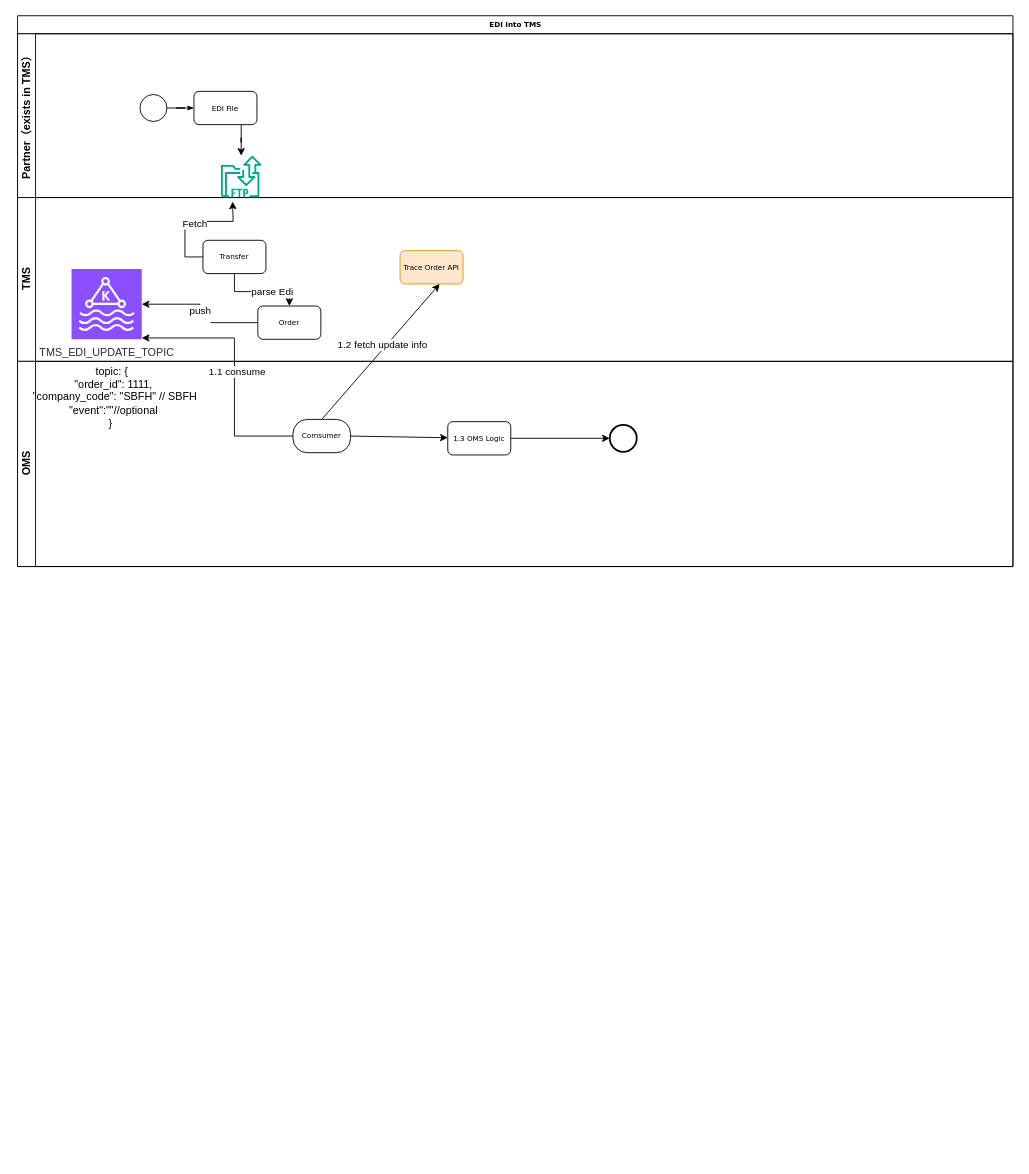
Earlier version of the draw.io diagram public-module/edi/Untitled Diagram.drawio (316189693/drawio). Source tidied: cells renumbered, new cells numbered last; positions are measured from the earlier drawing's top-left corner, leaving out a move shared by most shapes. Both pictures are drawn from the tidied source at 90%, with x=0, y=0 at pixel (15, 15).
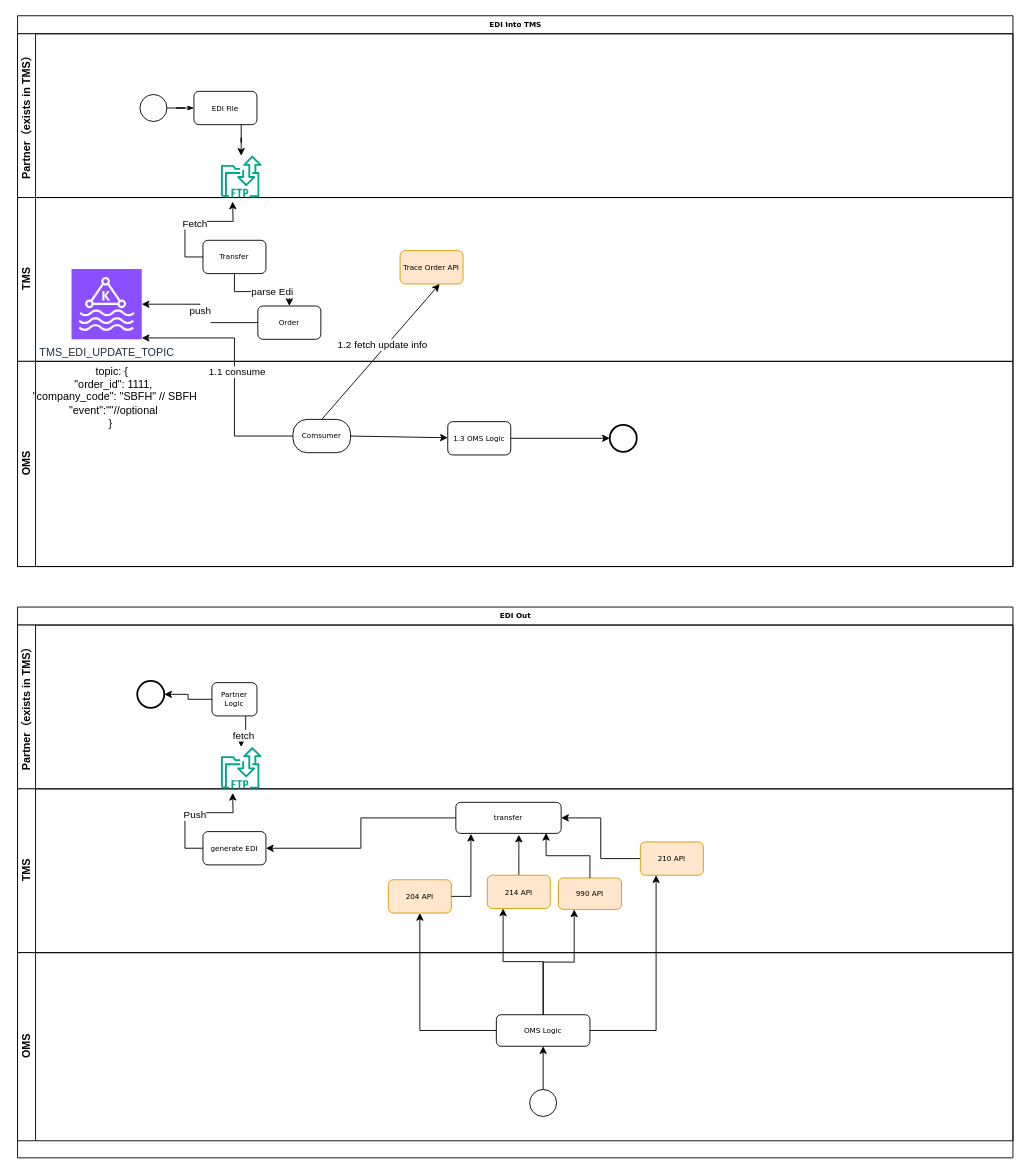
The same page after the edit.

What changed in the source:
```diff
@@
+    <mxCell id="32" value="EDI Out" style="swimlane;html=1;horizontal=1;startSize=20;rounded=0;shadow=0;labelBackgroundColor=none;strokeWidth=1;fontFamily=Verdana;fontSize=8;align=center;" parent="1" vertex="1">
+      <mxGeometry x="2" y="657" width="1106" height="612" as="geometry" />
+    </mxCell>
+    <mxCell id="33" value="Partner（exists in TMS）" style="swimlane;html=1;startSize=20;horizontal=0;" parent="32" vertex="1">
+      <mxGeometry y="20" width="1106" height="182" as="geometry" />
+    </mxCell>
+    <mxCell id="34" style="ellipse;whiteSpace=wrap;html=1;rounded=0;shadow=0;labelBackgroundColor=none;strokeWidth=2;fontFamily=Verdana;fontSize=8;align=center;" parent="33" vertex="1">
+      <mxGeometry x="133" y="62" width="30" height="30" as="geometry" />
+    </mxCell>
+    <mxCell id="35" value="TMS" style="swimlane;html=1;startSize=20;horizontal=0;" parent="32" vertex="1">
+      <mxGeometry y="202" width="1106" height="182" as="geometry" />
+    </mxCell>
+    <mxCell id="36" value="204 API" style="rounded=1;whiteSpace=wrap;html=1;shadow=0;labelBackgroundColor=none;strokeWidth=1;fontFamily=Verdana;fontSize=8;align=center;fillColor=#ffe6cc;strokeColor=#d79b00;" parent="35" vertex="1">
+      <mxGeometry x="412" y="101" width="70" height="37" as="geometry" />
+    </mxCell>
+    <mxCell id="37" style="edgeStyle=orthogonalEdgeStyle;rounded=0;jettySize=auto;html=1;" parent="35" edge="1" source="38">
+      <mxGeometry relative="1" as="geometry">
+        <mxPoint x="557" y="51" as="targetPoint" />
+      </mxGeometry>
+    </mxCell>
+    <mxCell id="38" value="214 API" style="rounded=1;whiteSpace=wrap;html=1;shadow=0;labelBackgroundColor=none;strokeWidth=1;fontFamily=Verdana;fontSize=8;align=center;fillColor=#ffe6cc;strokeColor=#d79b00;" parent="35" vertex="1">
+      <mxGeometry x="522" y="96" width="70" height="37" as="geometry" />
+    </mxCell>
+    <mxCell id="39" value="990 API" style="rounded=1;whiteSpace=wrap;html=1;shadow=0;labelBackgroundColor=none;strokeWidth=1;fontFamily=Verdana;fontSize=8;align=center;fillColor=#ffe6cc;strokeColor=#d79b00;" parent="35" vertex="1">
+      <mxGeometry x="601" y="99" width="70" height="35" as="geometry" />
+    </mxCell>
+    <mxCell id="40" style="edgeStyle=orthogonalEdgeStyle;rounded=0;jettySize=auto;html=1;entryX=1;entryY=0.5;entryDx=0;entryDy=0;" parent="35" edge="1" source="41" target="42">
+      <mxGeometry relative="1" as="geometry" />
+    </mxCell>
+    <mxCell id="41" value="210 API" style="rounded=1;whiteSpace=wrap;html=1;shadow=0;labelBackgroundColor=none;strokeWidth=1;fontFamily=Verdana;fontSize=8;align=center;fillColor=#ffe6cc;strokeColor=#d79b00;" parent="35" vertex="1">
+      <mxGeometry x="692" y="59" width="70" height="37" as="geometry" />
+    </mxCell>
+    <mxCell id="42" value="transfer" style="rounded=1;whiteSpace=wrap;html=1;shadow=0;labelBackgroundColor=none;strokeWidth=1;fontFamily=Verdana;fontSize=8;align=center;" parent="35" vertex="1">
+      <mxGeometry x="487" y="15" width="117" height="34.5" as="geometry" />
+    </mxCell>
+    <mxCell id="43" style="edgeStyle=orthogonalEdgeStyle;rounded=0;jettySize=auto;html=1;entryX=0.857;entryY=0.986;entryDx=0;entryDy=0;entryPerimeter=0;" parent="35" edge="1" source="39" target="42">
+      <mxGeometry relative="1" as="geometry" />
+    </mxCell>
+    <mxCell id="44" style="edgeStyle=orthogonalEdgeStyle;rounded=0;jettySize=auto;html=1;entryX=0.143;entryY=1.014;entryDx=0;entryDy=0;entryPerimeter=0;" parent="35" edge="1" source="36" target="42">
+      <mxGeometry relative="1" as="geometry" />
+    </mxCell>
+    <mxCell id="45" value="OMS" style="swimlane;html=1;startSize=20;horizontal=0;" parent="32" vertex="1">
+      <mxGeometry y="384" width="1106" height="209" as="geometry" />
+    </mxCell>
+    <mxCell id="46" style="edgeStyle=orthogonalEdgeStyle;rounded=0;jettySize=auto;html=1;exitX=0.75;exitY=1;exitDx=0;exitDy=0;" parent="45" edge="1" source="48" target="49">
+      <mxGeometry relative="1" as="geometry" />
+    </mxCell>
+    <mxCell id="47" value="fetch" style="edgeLabel;html=1;align=center;verticalAlign=middle;" parent="46" vertex="1">
+      <mxGeometry x="0.14" y="1" relative="1" as="geometry" />
+    </mxCell>
+    <mxCell id="48" value="Partner Logic" style="rounded=1;whiteSpace=wrap;html=1;shadow=0;labelBackgroundColor=none;strokeWidth=1;fontFamily=Verdana;fontSize=8;align=center;" parent="45" vertex="1">
+      <mxGeometry x="216" y="-300" width="50" height="37" as="geometry" />
+    </mxCell>
+    <mxCell id="49" style="sketch=0;outlineConnect=0;fontColor=#232F3E;gradientColor=none;fillColor=#01A88D;strokeColor=none;dashed=0;verticalLabelPosition=bottom;verticalAlign=top;align=center;html=1;fontSize=12;fontStyle=0;shape=mxgraph.aws4.transfer_for_ftp_resource;" parent="45" vertex="1">
+      <mxGeometry x="226" y="-228.5" width="45" height="46.2" as="geometry" />
+    </mxCell>
+    <mxCell id="50" style="edgeStyle=orthogonalEdgeStyle;rounded=0;jettySize=auto;html=1;exitX=0;exitY=0.5;exitDx=0;exitDy=0;" parent="45" edge="1" source="52">
+      <mxGeometry relative="1" as="geometry">
+        <mxPoint x="239" y="-177.5" as="targetPoint" />
+      </mxGeometry>
+    </mxCell>
+    <mxCell id="51" value="Push" style="edgeLabel;html=1;align=center;verticalAlign=middle;" parent="50" vertex="1">
+      <mxGeometry x="0.03" y="-2" relative="1" as="geometry" />
+    </mxCell>
+    <mxCell id="52" value="generate EDI" style="rounded=1;whiteSpace=wrap;html=1;shadow=0;labelBackgroundColor=none;strokeWidth=1;fontFamily=Verdana;fontSize=8;align=center;" parent="45" vertex="1">
+      <mxGeometry x="206" y="-134.5" width="70" height="37" as="geometry" />
+    </mxCell>
+    <mxCell id="53" value="OMS Logic" style="rounded=1;whiteSpace=wrap;html=1;shadow=0;labelBackgroundColor=none;strokeWidth=1;fontFamily=Verdana;fontSize=8;align=center;" parent="45" vertex="1">
+      <mxGeometry x="532" y="69" width="104" height="35" as="geometry" />
+    </mxCell>
+    <mxCell id="54" style="edgeStyle=orthogonalEdgeStyle;rounded=0;jettySize=auto;html=1;entryX=0.5;entryY=1;entryDx=0;entryDy=0;" parent="45" edge="1" source="55" target="53">
+      <mxGeometry relative="1" as="geometry" />
+    </mxCell>
+    <mxCell id="55" style="ellipse;whiteSpace=wrap;html=1;rounded=0;shadow=0;labelBackgroundColor=none;strokeWidth=1;fontFamily=Verdana;fontSize=8;align=center;" parent="45" vertex="1">
+      <mxGeometry x="569" y="152" width="30" height="30" as="geometry" />
+    </mxCell>
+    <mxCell id="56" style="edgeStyle=orthogonalEdgeStyle;rounded=0;jettySize=auto;html=1;entryX=1;entryY=0.5;entryDx=0;entryDy=0;" parent="32" edge="1" source="42" target="52">
+      <mxGeometry relative="1" as="geometry" />
+    </mxCell>
+    <mxCell id="57" style="edgeStyle=orthogonalEdgeStyle;rounded=0;jettySize=auto;html=1;entryX=1;entryY=0.5;entryDx=0;entryDy=0;" parent="32" edge="1" source="48" target="34">
+      <mxGeometry relative="1" as="geometry" />
+    </mxCell>
+    <mxCell id="58" style="edgeStyle=orthogonalEdgeStyle;rounded=0;jettySize=auto;html=1;entryX=0.5;entryY=1;entryDx=0;entryDy=0;" parent="32" edge="1" source="53" target="36">
+      <mxGeometry relative="1" as="geometry" />
+    </mxCell>
+    <mxCell id="59" style="edgeStyle=orthogonalEdgeStyle;rounded=0;jettySize=auto;html=1;entryX=0.25;entryY=1;entryDx=0;entryDy=0;" parent="32" edge="1" source="53" target="38">
+      <mxGeometry relative="1" as="geometry" />
+    </mxCell>
+    <mxCell id="60" style="edgeStyle=orthogonalEdgeStyle;rounded=0;jettySize=auto;html=1;entryX=0.25;entryY=1;entryDx=0;entryDy=0;" parent="32" edge="1" source="53" target="39">
+      <mxGeometry relative="1" as="geometry" />
+    </mxCell>
+    <mxCell id="61" style="edgeStyle=orthogonalEdgeStyle;rounded=0;jettySize=auto;html=1;entryX=0.25;entryY=1;entryDx=0;entryDy=0;" parent="32" edge="1" source="53" target="41">
+      <mxGeometry relative="1" as="geometry" />
+    </mxCell>
```
